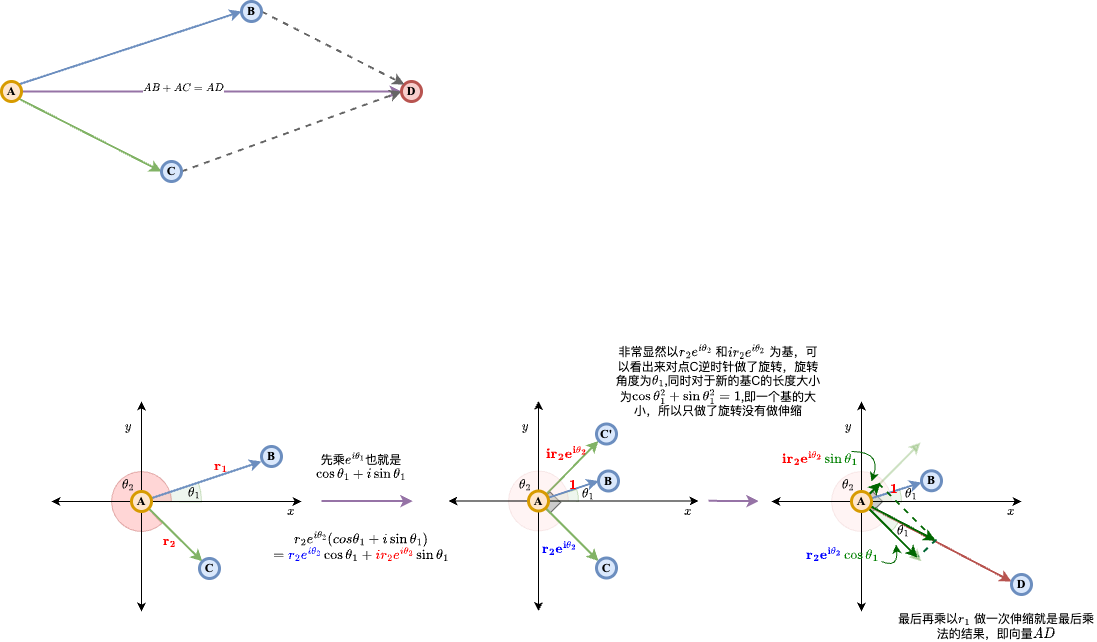
Above: alg/e.drawio.png in hyw-num/drawio (draw.io), before the change. Source tidied: cells renumbered, new cells last; positions are measured from the earlier drawing's top-left corner, leaving out a move shared by most shapes.
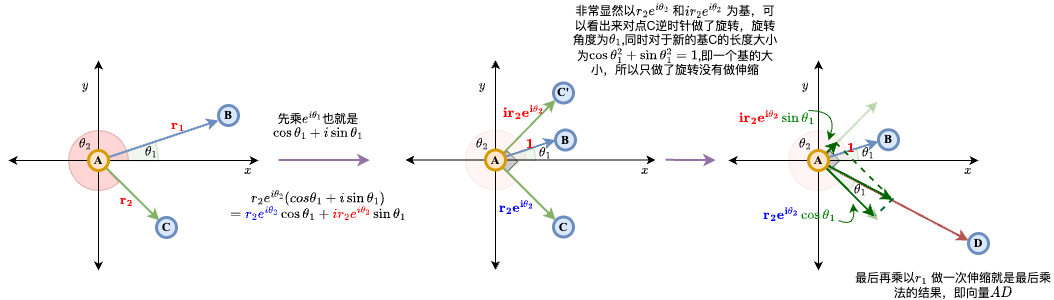
Later version of the same file.

Change to the diagram source:
```diff
@@ -2,36 +2,6 @@
   <root>
     <mxCell id="0" />
     <mxCell id="1" parent="0" />
-    <mxCell id="2" style="rounded=0;jettySize=auto;html=1;exitX=1;exitY=0;exitDx=0;exitDy=0;entryX=0;entryY=0.5;entryDx=0;entryDy=0;fillColor=#dae8fc;strokeColor=#6c8ebf;strokeWidth=2;fontFamily=Times New Roman;fontStyle=1;" parent="1" edge="1" source="6" target="11">
-      <mxGeometry relative="1" as="geometry" />
-    </mxCell>
-    <mxCell id="3" style="rounded=0;jettySize=auto;html=1;exitX=1;exitY=1;exitDx=0;exitDy=0;entryX=0;entryY=0.5;entryDx=0;entryDy=0;fillColor=#d5e8d4;strokeColor=#82b366;strokeWidth=2;fontFamily=Times New Roman;fontStyle=1;" parent="1" edge="1" source="6" target="8">
-      <mxGeometry relative="1" as="geometry" />
-    </mxCell>
-    <mxCell id="4" style="edgeStyle=orthogonalEdgeStyle;rounded=0;jettySize=auto;html=1;exitX=1;exitY=0.5;exitDx=0;exitDy=0;entryX=0;entryY=0.5;entryDx=0;entryDy=0;fillColor=#e1d5e7;strokeColor=#9673a6;strokeWidth=2;fontFamily=Times New Roman;fontStyle=1;" parent="1" edge="1" source="6" target="9">
-      <mxGeometry relative="1" as="geometry" />
-    </mxCell>
-    <mxCell id="5" value="\(AB+AC=AD\)" style="edgeLabel;html=1;align=center;verticalAlign=middle;fontFamily=Times New Roman;fontStyle=1;" parent="4" vertex="1">
-      <mxGeometry x="-0.15" y="5" relative="1" as="geometry" />
-    </mxCell>
-    <mxCell id="6" value="A" style="ellipse;whiteSpace=wrap;html=1;fillColor=#ffe6cc;strokeColor=#d79b00;strokeWidth=3;fontFamily=Times New Roman;fontStyle=1;" parent="1" vertex="1">
-      <mxGeometry y="80" width="20" height="20" as="geometry" />
-    </mxCell>
-    <mxCell id="7" style="rounded=0;jettySize=auto;html=1;exitX=1;exitY=0.5;exitDx=0;exitDy=0;entryX=0;entryY=0.5;entryDx=0;entryDy=0;dashed=1;strokeWidth=2;fillColor=#f5f5f5;strokeColor=#666666;fontFamily=Times New Roman;fontStyle=1;" parent="1" edge="1" source="8" target="9">
-      <mxGeometry relative="1" as="geometry" />
-    </mxCell>
-    <mxCell id="8" value="C" style="ellipse;whiteSpace=wrap;html=1;fillColor=#dae8fc;strokeColor=#6c8ebf;strokeWidth=3;fontFamily=Times New Roman;fontStyle=1;" parent="1" vertex="1">
-      <mxGeometry x="160" y="160" width="20" height="20" as="geometry" />
-    </mxCell>
-    <mxCell id="9" value="D" style="ellipse;whiteSpace=wrap;html=1;fillColor=#f8cecc;strokeColor=#b85450;strokeWidth=3;fontFamily=Times New Roman;fontStyle=1;" parent="1" vertex="1">
-      <mxGeometry x="400" y="80" width="20" height="20" as="geometry" />
-    </mxCell>
-    <mxCell id="10" style="rounded=0;jettySize=auto;html=1;exitX=1;exitY=0.5;exitDx=0;exitDy=0;entryX=0;entryY=0;entryDx=0;entryDy=0;dashed=1;fillColor=#f5f5f5;strokeColor=#666666;strokeWidth=2;fontFamily=Times New Roman;fontStyle=1;" parent="1" edge="1" source="11" target="9">
-      <mxGeometry relative="1" as="geometry" />
-    </mxCell>
-    <mxCell id="11" value="B" style="ellipse;whiteSpace=wrap;html=1;fillColor=#dae8fc;strokeColor=#6c8ebf;strokeWidth=3;fontFamily=Times New Roman;fontStyle=1;" parent="1" vertex="1">
-      <mxGeometry x="240" width="20" height="20" as="geometry" />
-    </mxCell>
     <mxCell id="12" style="group;" parent="1" vertex="1">
       <mxGeometry x="50" y="340" width="1045" height="300" as="geometry" />
     </mxCell>
```
